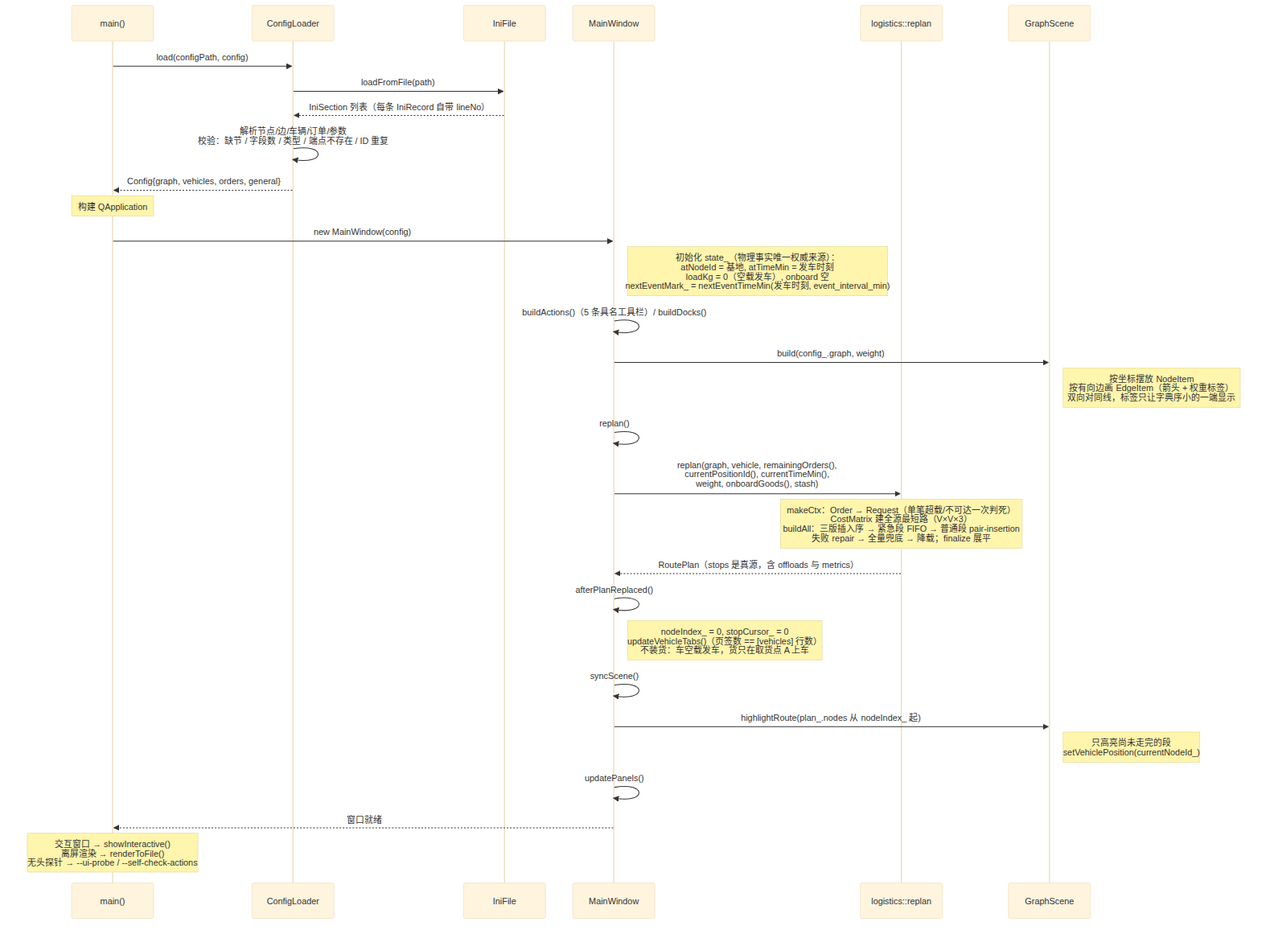
Above: docs/figures/U3-seq-startup.png in Blorg51688/logistics-route-planner (Mermaid), before the change. Its source is kept beside it as docs/figures/src/U3-seq-startup.mmd.
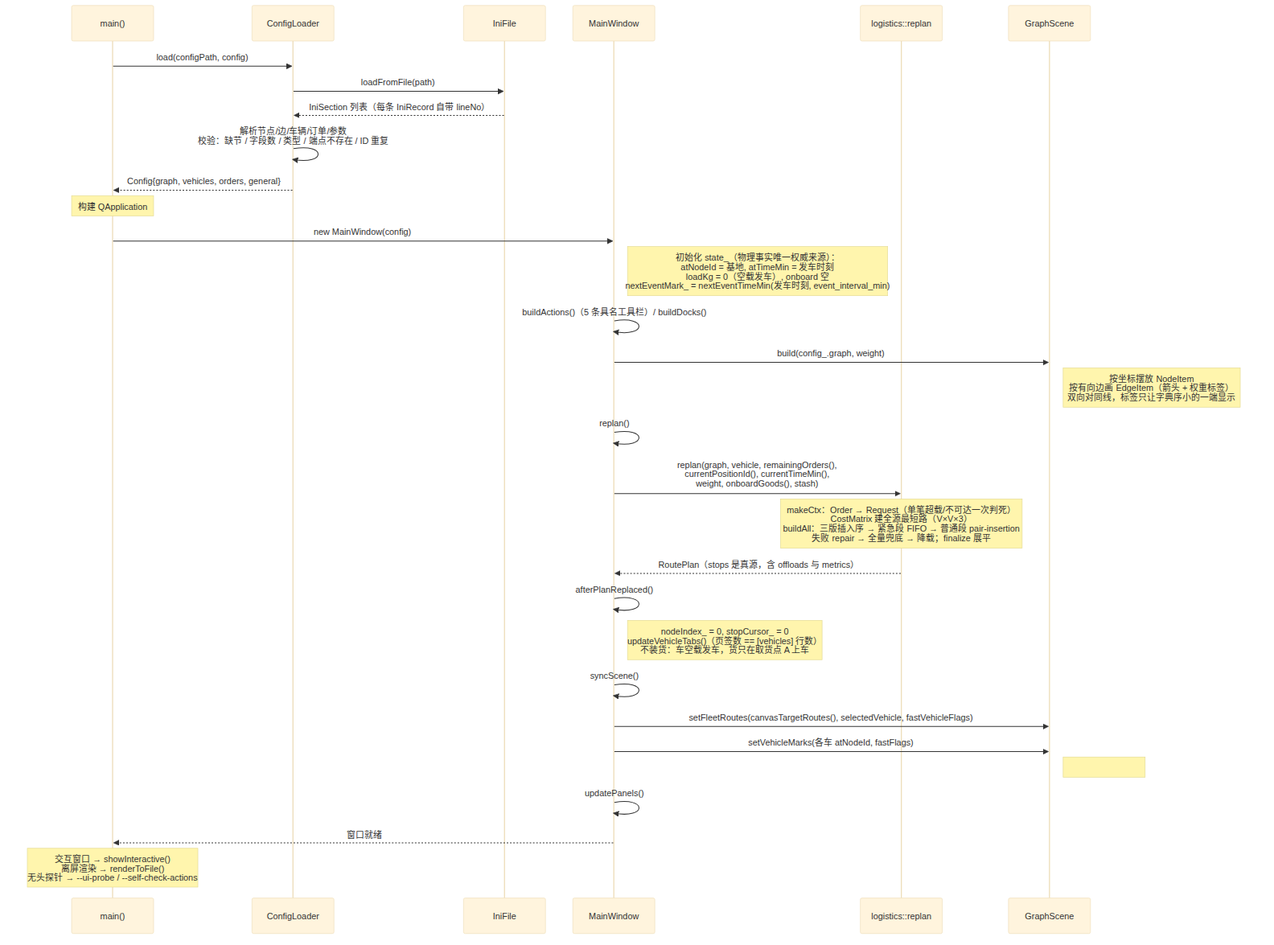
After the change.

Diff of the diagram source:
```diff
@@ -29,8 +29,9 @@
     MW->>MW: afterPlanReplaced()
     Note right of MW: nodeIndex_ = 0, stopCursor_ = 0<br/>updateVehicleTabs()（页签数 == [vehicles] 行数）<br/>不装货：车空载发车，货只在取货点 A 上车
     MW->>MW: syncScene()
-    MW->>Scene: highlightRoute(plan_.nodes 从 nodeIndex_ 起)
-    Note right of Scene: 只高亮尚未走完的段<br/>setVehiclePosition(currentNodeId_)
+    MW->>Scene: setFleetRoutes(canvasTargetRoutes(), selectedVehicle, fastVehicleFlags)
+    MW->>Scene: setVehicleMarks(各车 atNodeId, fastFlags)
+    Note right of Scene: #50 画布简化：只画每车到下一个目标的箭头（慢车青 / 快车洋红）<br/>每车在自己所在节点外画一个环（同节点多车 slot 错开）
     MW->>MW: updatePanels()
     MW-->>main: 窗口就绪
 
```
